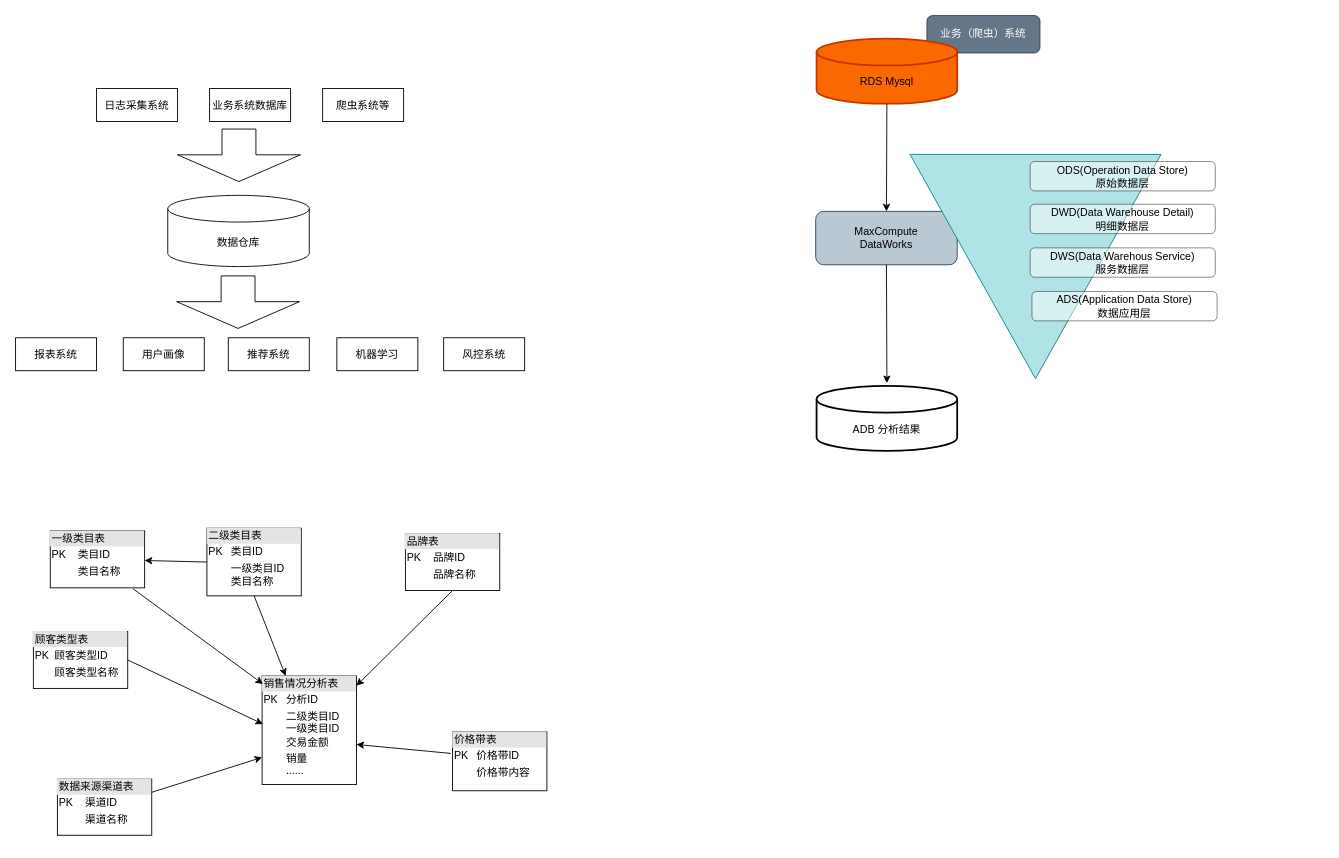
began-zhao/studydraw keeps this draw.io diagram as blog/data_store.drawio. Above is the earlier version. Source tidied: cells renumbered, new cells numbered last; positions are measured from the earlier drawing's top-left corner, leaving out a move shared by most shapes. Both pictures are drawn from the tidied source at 89%, with x=0, y=0 at pixel (15, 15).
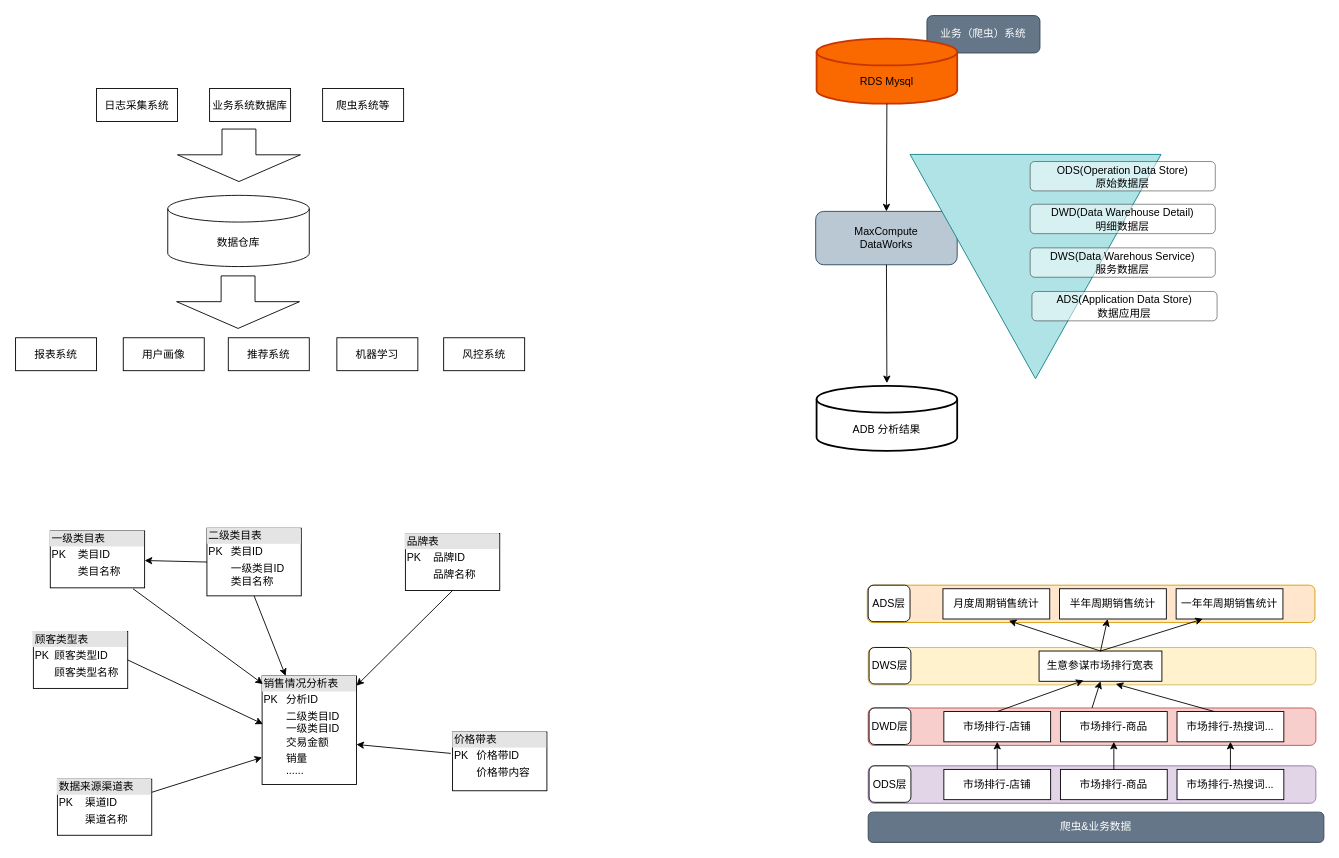
The same page after the edit.

Change to the diagram source:
```diff
@@
+    <mxCell id="38" style="rounded=1;whiteSpace=wrap;html=1;fillColor=#ffe6cc;strokeColor=#d79b00;" parent="1" vertex="1">
+      <mxGeometry x="957" y="640" width="503" height="42" as="geometry" />
+    </mxCell>
@@
+    <mxCell id="39" value="ADS层" style="rounded=1;whiteSpace=wrap;html=1;" parent="1" vertex="1">
+      <mxGeometry x="958" y="640" width="47" height="41" as="geometry" />
+    </mxCell>
+    <mxCell id="40" value="月度周期销售统计" style="rounded=0;whiteSpace=wrap;html=1;" parent="1" vertex="1">
+      <mxGeometry x="1042" y="644" width="120" height="34" as="geometry" />
+    </mxCell>
+    <mxCell id="41" value="半年周期销售统计" style="rounded=0;whiteSpace=wrap;html=1;" parent="1" vertex="1">
+      <mxGeometry x="1173" y="644" width="120" height="34" as="geometry" />
+    </mxCell>
+    <mxCell id="42" value="一年年周期销售统计" style="rounded=0;whiteSpace=wrap;html=1;" parent="1" vertex="1">
+      <mxGeometry x="1304" y="644" width="120" height="34" as="geometry" />
+    </mxCell>
+    <mxCell id="43" style="rounded=1;whiteSpace=wrap;html=1;fillColor=#fff2cc;strokeColor=#d6b656;" parent="1" vertex="1">
+      <mxGeometry x="958" y="710" width="503" height="42" as="geometry" />
+    </mxCell>
+    <mxCell id="44" value="DWS层" style="rounded=1;whiteSpace=wrap;html=1;" parent="1" vertex="1">
+      <mxGeometry x="959" y="710" width="47" height="41" as="geometry" />
+    </mxCell>
+    <mxCell id="45" value="生意参谋市场排行宽表" style="rounded=0;whiteSpace=wrap;html=1;" parent="1" vertex="1">
+      <mxGeometry x="1150" y="714" width="138" height="34" as="geometry" />
+    </mxCell>
+    <mxCell id="46" style="rounded=1;whiteSpace=wrap;html=1;fillColor=#f8cecc;strokeColor=#b85450;" parent="1" vertex="1">
+      <mxGeometry x="958" y="778" width="503" height="42" as="geometry" />
+    </mxCell>
+    <mxCell id="47" value="DWD层" style="rounded=1;whiteSpace=wrap;html=1;" parent="1" vertex="1">
+      <mxGeometry x="959" y="778" width="47" height="41" as="geometry" />
+    </mxCell>
+    <mxCell id="48" value="市场排行-店铺" style="rounded=0;whiteSpace=wrap;html=1;" parent="1" vertex="1">
+      <mxGeometry x="1043" y="782" width="120" height="34" as="geometry" />
+    </mxCell>
+    <mxCell id="49" value="市场排行-商品" style="rounded=0;whiteSpace=wrap;html=1;" parent="1" vertex="1">
+      <mxGeometry x="1174" y="782" width="120" height="34" as="geometry" />
+    </mxCell>
+    <mxCell id="50" value="市场排行-热搜词..." style="rounded=0;whiteSpace=wrap;html=1;" parent="1" vertex="1">
+      <mxGeometry x="1305" y="782" width="120" height="34" as="geometry" />
+    </mxCell>
+    <mxCell id="51" style="rounded=1;whiteSpace=wrap;html=1;fillColor=#e1d5e7;strokeColor=#9673a6;" parent="1" vertex="1">
+      <mxGeometry x="958" y="843" width="503" height="42" as="geometry" />
+    </mxCell>
+    <mxCell id="52" value="ODS层" style="rounded=1;whiteSpace=wrap;html=1;" parent="1" vertex="1">
+      <mxGeometry x="959" y="843" width="47" height="41" as="geometry" />
+    </mxCell>
+    <mxCell id="53" value="市场排行-店铺" style="rounded=0;whiteSpace=wrap;html=1;" parent="1" vertex="1">
+      <mxGeometry x="1043" y="847" width="120" height="34" as="geometry" />
+    </mxCell>
+    <mxCell id="54" value="市场排行-商品" style="rounded=0;whiteSpace=wrap;html=1;" parent="1" vertex="1">
+      <mxGeometry x="1174" y="847" width="120" height="34" as="geometry" />
+    </mxCell>
+    <mxCell id="55" value="市场排行-热搜词..." style="rounded=0;whiteSpace=wrap;html=1;" parent="1" vertex="1">
+      <mxGeometry x="1305" y="847" width="120" height="34" as="geometry" />
+    </mxCell>
+    <mxCell id="56" value="爬虫&amp;amp;业务数据" style="rounded=1;whiteSpace=wrap;html=1;fillColor=#647687;fontColor=#ffffff;strokeColor=#314354;" parent="1" vertex="1">
+      <mxGeometry x="958" y="895" width="512" height="34" as="geometry" />
+    </mxCell>
+    <mxCell id="57" style="endArrow=classic;html=1;rounded=0;entryX=0.617;entryY=1.059;entryDx=0;entryDy=0;entryPerimeter=0;exitX=0.5;exitY=0;exitDx=0;exitDy=0;" parent="1" edge="1" source="45" target="40">
+      <mxGeometry relative="1" as="geometry" />
+    </mxCell>
+    <mxCell id="58" style="endArrow=classic;html=1;rounded=0;entryX=0.45;entryY=1;entryDx=0;entryDy=0;entryPerimeter=0;exitX=0.5;exitY=0;exitDx=0;exitDy=0;" parent="1" edge="1" source="45" target="41">
+      <mxGeometry relative="1" as="geometry" />
+    </mxCell>
+    <mxCell id="59" style="endArrow=classic;html=1;rounded=0;entryX=0.25;entryY=1;entryDx=0;entryDy=0;exitX=0.5;exitY=0;exitDx=0;exitDy=0;" parent="1" edge="1" source="45" target="42">
+      <mxGeometry relative="1" as="geometry" />
+    </mxCell>
+    <mxCell id="60" style="endArrow=classic;html=1;rounded=0;entryX=0.362;entryY=0.971;entryDx=0;entryDy=0;entryPerimeter=0;exitX=0.5;exitY=0;exitDx=0;exitDy=0;" parent="1" edge="1" source="48" target="45">
+      <mxGeometry relative="1" as="geometry" />
+    </mxCell>
+    <mxCell id="61" style="endArrow=classic;html=1;rounded=0;entryX=0.5;entryY=1;entryDx=0;entryDy=0;exitX=0.5;exitY=0;exitDx=0;exitDy=0;" parent="1" edge="1" source="46" target="45">
+      <mxGeometry relative="1" as="geometry" />
+    </mxCell>
+    <mxCell id="62" style="endArrow=classic;html=1;rounded=0;exitX=0.35;exitY=0;exitDx=0;exitDy=0;exitPerimeter=0;entryX=0.553;entryY=0.976;entryDx=0;entryDy=0;entryPerimeter=0;" parent="1" edge="1" source="50" target="43">
+      <mxGeometry relative="1" as="geometry" />
+    </mxCell>
+    <mxCell id="63" style="endArrow=classic;html=1;rounded=0;entryX=0.5;entryY=1;entryDx=0;entryDy=0;exitX=0.5;exitY=0;exitDx=0;exitDy=0;" parent="1" edge="1" source="53" target="48">
+      <mxGeometry relative="1" as="geometry" />
+    </mxCell>
+    <mxCell id="64" style="endArrow=classic;html=1;rounded=0;entryX=0.5;entryY=1;entryDx=0;entryDy=0;exitX=0.5;exitY=0;exitDx=0;exitDy=0;" parent="1" edge="1" source="54" target="49">
+      <mxGeometry relative="1" as="geometry" />
+    </mxCell>
+    <mxCell id="65" style="endArrow=classic;html=1;rounded=0;entryX=0.5;entryY=1;entryDx=0;entryDy=0;exitX=0.5;exitY=0;exitDx=0;exitDy=0;" parent="1" edge="1" source="55" target="50">
+      <mxGeometry relative="1" as="geometry" />
+    </mxCell>
```
